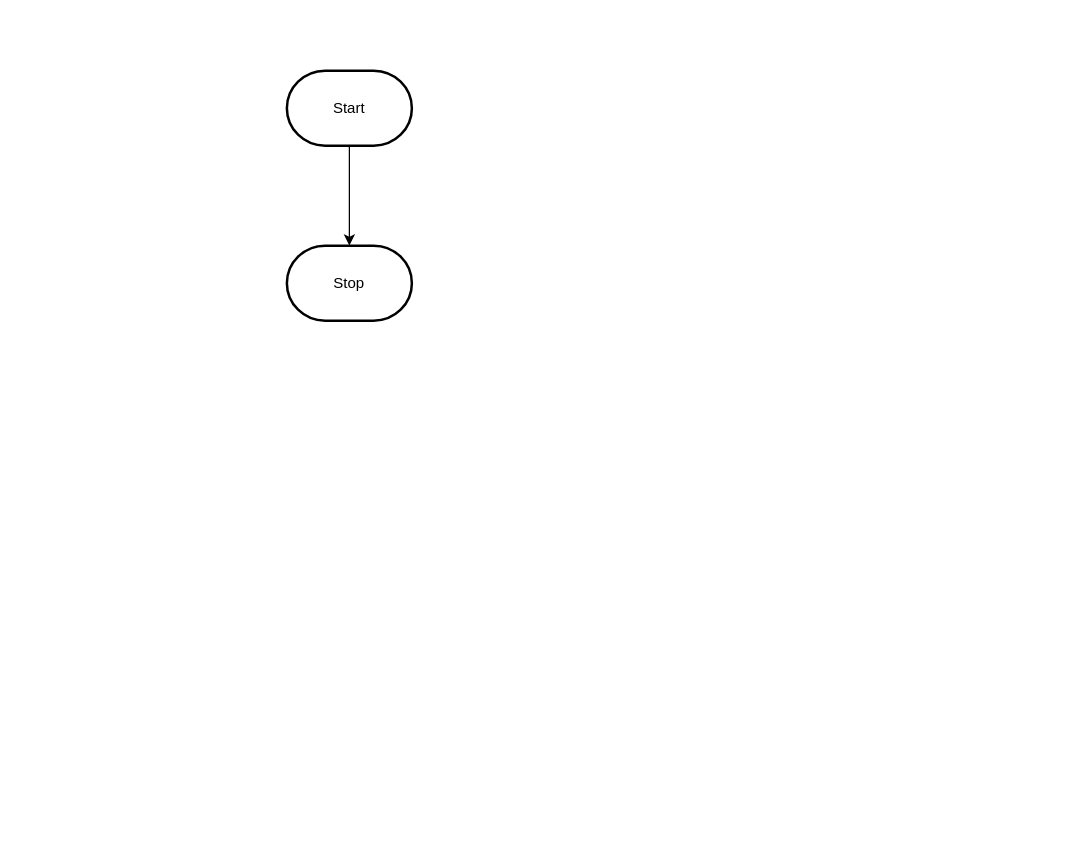
The draw.io diagram design/flowchart.drawio in MTHS-TEJ2O-1-2023/TEJ2O-Unit-2-14-angelo-yalung, before the edit. Source tidied: cells renumbered, new cells numbered last; positions are measured from the earlier drawing's top-left corner, leaving out a move shared by most shapes. Both pictures are drawn from the tidied source at 125%, with x=0, y=0 at pixel (286, 70).
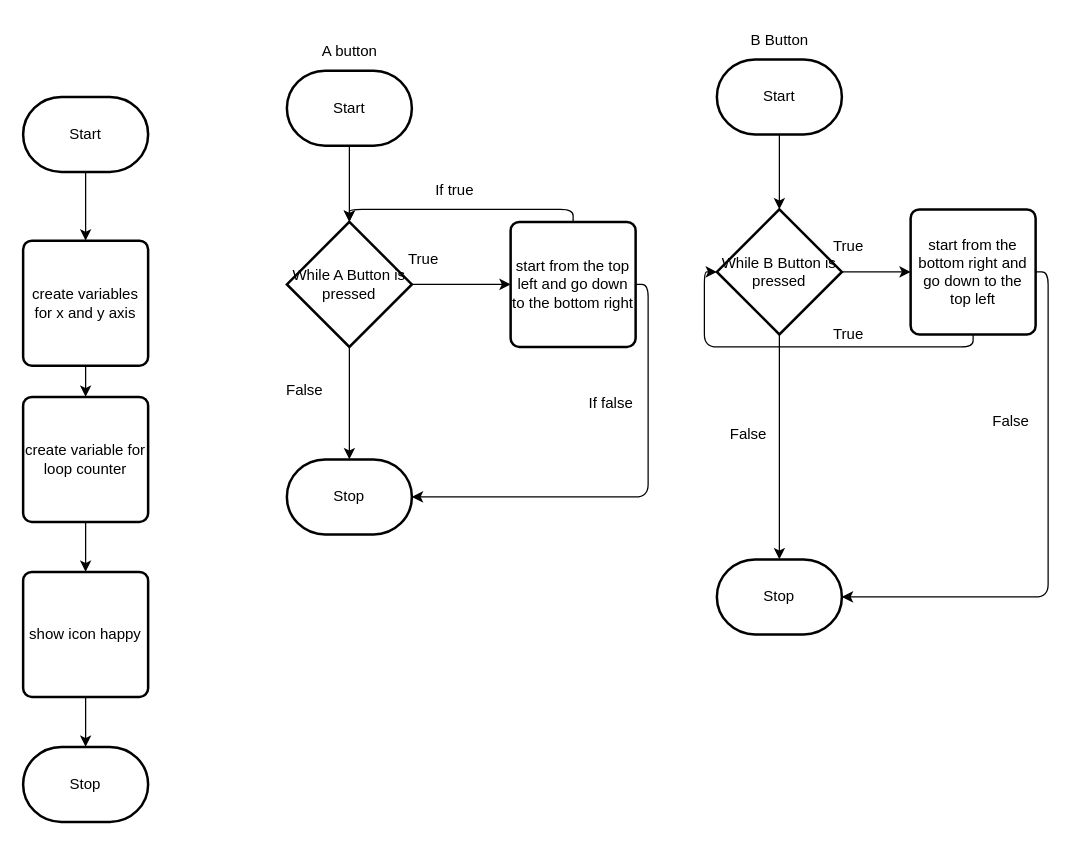
The same diagram, later.

Unchanged cells that the change refers to:
```xml
<mxCell id="3" value="Start" style="strokeWidth=2;html=1;shape=mxgraph.flowchart.terminator;whiteSpace=wrap;" parent="1" vertex="1">
  <mxGeometry width="100" height="60" as="geometry" />
</mxCell>
```

What changed in the source:
```diff
@@
-    <mxCell id="2" style="edgeStyle=orthogonalEdgeStyle;html=1;rounded=0;" parent="1" edge="1" source="3" target="4">
-      <mxGeometry relative="1" as="geometry" />
-    </mxCell>
+    <mxCell id="5" style="edgeStyle=none;html=1;exitX=0.5;exitY=1;exitDx=0;exitDy=0;exitPerimeter=0;entryX=0.5;entryY=0;entryDx=0;entryDy=0;entryPerimeter=0;" parent="1" edge="1" source="3" target="11">
+      <mxGeometry relative="1" as="geometry" />
+    </mxCell>
@@
     <mxCell id="4" value="Stop" style="strokeWidth=2;html=1;shape=mxgraph.flowchart.terminator;whiteSpace=wrap;" parent="1" vertex="1">
-      <mxGeometry y="140" width="100" height="60" as="geometry" />
+      <mxGeometry y="311" width="100" height="60" as="geometry" />
     </mxCell>
+    <mxCell id="6" style="edgeStyle=none;html=1;exitX=0.5;exitY=1;exitDx=0;exitDy=0;exitPerimeter=0;" parent="1" edge="1" source="7" target="16">
+      <mxGeometry relative="1" as="geometry" />
+    </mxCell>
+    <mxCell id="7" value="Start" style="strokeWidth=2;html=1;shape=mxgraph.flowchart.terminator;whiteSpace=wrap;" parent="1" vertex="1">
+      <mxGeometry x="344" y="-9" width="100" height="60" as="geometry" />
+    </mxCell>
+    <mxCell id="8" value="Stop" style="strokeWidth=2;html=1;shape=mxgraph.flowchart.terminator;whiteSpace=wrap;" parent="1" vertex="1">
+      <mxGeometry x="344" y="391" width="100" height="60" as="geometry" />
+    </mxCell>
+    <mxCell id="9" style="edgeStyle=none;html=1;exitX=1;exitY=0.5;exitDx=0;exitDy=0;exitPerimeter=0;entryX=0;entryY=0.5;entryDx=0;entryDy=0;" parent="1" edge="1" source="11" target="20">
+      <mxGeometry relative="1" as="geometry" />
+    </mxCell>
+    <mxCell id="10" style="edgeStyle=orthogonalEdgeStyle;html=1;exitX=0.5;exitY=1;exitDx=0;exitDy=0;exitPerimeter=0;entryX=0.5;entryY=0;entryDx=0;entryDy=0;entryPerimeter=0;" parent="1" edge="1" source="11" target="4">
+      <mxGeometry relative="1" as="geometry" />
+    </mxCell>
+    <mxCell id="11" value="While A Button is pressed" style="strokeWidth=2;html=1;shape=mxgraph.flowchart.decision;whiteSpace=wrap;" parent="1" vertex="1">
+      <mxGeometry y="121" width="100" height="100" as="geometry" />
+    </mxCell>
+    <mxCell id="12" value="A button" style="text;html=1;align=center;verticalAlign=middle;strokeColor=none;fillColor=none;" parent="1" vertex="1">
+      <mxGeometry x="15" y="-30" width="70" height="30" as="geometry" />
+    </mxCell>
+    <mxCell id="13" value="B Button" style="text;html=1;align=center;verticalAlign=middle;strokeColor=none;fillColor=none;" parent="1" vertex="1">
+      <mxGeometry x="359" y="-39" width="70" height="30" as="geometry" />
+    </mxCell>
+    <mxCell id="14" style="edgeStyle=orthogonalEdgeStyle;html=1;exitX=1;exitY=0.5;exitDx=0;exitDy=0;exitPerimeter=0;entryX=0;entryY=0.5;entryDx=0;entryDy=0;" parent="1" edge="1" source="16" target="26">
+      <mxGeometry relative="1" as="geometry" />
+    </mxCell>
+    <mxCell id="15" style="edgeStyle=orthogonalEdgeStyle;html=1;exitX=0.5;exitY=1;exitDx=0;exitDy=0;exitPerimeter=0;entryX=0.5;entryY=0;entryDx=0;entryDy=0;entryPerimeter=0;" parent="1" edge="1" source="16" target="8">
+      <mxGeometry relative="1" as="geometry" />
+    </mxCell>
+    <mxCell id="16" value="While B Button is pressed" style="strokeWidth=2;html=1;shape=mxgraph.flowchart.decision;whiteSpace=wrap;" parent="1" vertex="1">
+      <mxGeometry x="344" y="111" width="100" height="100" as="geometry" />
+    </mxCell>
+    <mxCell id="17" value="False" style="text;html=1;align=center;verticalAlign=middle;strokeColor=none;fillColor=none;" parent="1" vertex="1">
+      <mxGeometry x="-11" y="241" width="50" height="30" as="geometry" />
+    </mxCell>
+    <mxCell id="18" style="edgeStyle=orthogonalEdgeStyle;html=1;exitX=1;exitY=0.5;exitDx=0;exitDy=0;entryX=1;entryY=0.5;entryDx=0;entryDy=0;entryPerimeter=0;" parent="1" edge="1" source="20" target="4">
+      <mxGeometry relative="1" as="geometry" />
+    </mxCell>
+    <mxCell id="19" style="edgeStyle=orthogonalEdgeStyle;html=1;exitX=0.5;exitY=0;exitDx=0;exitDy=0;entryX=0.5;entryY=0;entryDx=0;entryDy=0;entryPerimeter=0;" parent="1" edge="1" source="20" target="11">
+      <mxGeometry relative="1" as="geometry" />
+    </mxCell>
+    <mxCell id="20" value="start from the top left and go down to the bottom right" style="rounded=1;whiteSpace=wrap;html=1;absoluteArcSize=1;arcSize=14;strokeWidth=2;" parent="1" vertex="1">
+      <mxGeometry x="179" y="121" width="100" height="100" as="geometry" />
+    </mxCell>
+    <mxCell id="21" value="True" style="text;html=1;align=center;verticalAlign=middle;strokeColor=none;fillColor=none;" parent="1" vertex="1">
+      <mxGeometry x="84" y="136" width="50" height="30" as="geometry" />
+    </mxCell>
+    <mxCell id="22" value="If false" style="text;html=1;align=center;verticalAlign=middle;strokeColor=none;fillColor=none;" parent="1" vertex="1">
+      <mxGeometry x="229" y="251" width="60" height="30" as="geometry" />
+    </mxCell>
+    <mxCell id="23" value="If true" style="text;html=1;align=center;verticalAlign=middle;strokeColor=none;fillColor=none;" parent="1" vertex="1">
+      <mxGeometry x="109" y="81" width="50" height="30" as="geometry" />
+    </mxCell>
+    <mxCell id="24" style="edgeStyle=orthogonalEdgeStyle;html=1;exitX=0.5;exitY=1;exitDx=0;exitDy=0;entryX=0;entryY=0.5;entryDx=0;entryDy=0;entryPerimeter=0;" parent="1" edge="1" source="26" target="16">
+      <mxGeometry relative="1" as="geometry">
+        <Array as="points">
+          <mxPoint x="549" y="221" />
+          <mxPoint x="334" y="221" />
+          <mxPoint x="334" y="161" />
+        </Array>
+      </mxGeometry>
+    </mxCell>
+    <mxCell id="25" style="edgeStyle=orthogonalEdgeStyle;html=1;exitX=1;exitY=0.5;exitDx=0;exitDy=0;entryX=1;entryY=0.5;entryDx=0;entryDy=0;entryPerimeter=0;" parent="1" edge="1" source="26" target="8">
+      <mxGeometry relative="1" as="geometry" />
+    </mxCell>
+    <mxCell id="26" value="start from the bottom right and go down to the top left" style="rounded=1;whiteSpace=wrap;html=1;absoluteArcSize=1;arcSize=14;strokeWidth=2;" parent="1" vertex="1">
+      <mxGeometry x="499" y="111" width="100" height="100" as="geometry" />
+    </mxCell>
+    <mxCell id="27" style="edgeStyle=orthogonalEdgeStyle;html=1;exitX=0.5;exitY=1;exitDx=0;exitDy=0;exitPerimeter=0;entryX=0.5;entryY=0;entryDx=0;entryDy=0;" parent="1" edge="1" source="28" target="31">
+      <mxGeometry relative="1" as="geometry" />
+    </mxCell>
+    <mxCell id="28" value="Start" style="strokeWidth=2;html=1;shape=mxgraph.flowchart.terminator;whiteSpace=wrap;" parent="1" vertex="1">
+      <mxGeometry x="-211" y="21" width="100" height="60" as="geometry" />
+    </mxCell>
+    <mxCell id="29" value="Stop" style="strokeWidth=2;html=1;shape=mxgraph.flowchart.terminator;whiteSpace=wrap;" parent="1" vertex="1">
+      <mxGeometry x="-211" y="541" width="100" height="60" as="geometry" />
+    </mxCell>
+    <mxCell id="30" style="edgeStyle=orthogonalEdgeStyle;html=1;exitX=0.5;exitY=1;exitDx=0;exitDy=0;entryX=0.5;entryY=0;entryDx=0;entryDy=0;" parent="1" edge="1" source="31" target="33">
+      <mxGeometry relative="1" as="geometry" />
+    </mxCell>
+    <mxCell id="31" value="create variables for x and y axis" style="rounded=1;whiteSpace=wrap;html=1;absoluteArcSize=1;arcSize=14;strokeWidth=2;" parent="1" vertex="1">
+      <mxGeometry x="-211" y="136" width="100" height="100" as="geometry" />
+    </mxCell>
+    <mxCell id="32" style="edgeStyle=orthogonalEdgeStyle;html=1;exitX=0.5;exitY=1;exitDx=0;exitDy=0;entryX=0.5;entryY=0;entryDx=0;entryDy=0;" parent="1" edge="1" source="33" target="35">
+      <mxGeometry relative="1" as="geometry" />
+    </mxCell>
+    <mxCell id="33" value="create variable for loop counter&lt;br&gt;" style="rounded=1;whiteSpace=wrap;html=1;absoluteArcSize=1;arcSize=14;strokeWidth=2;" parent="1" vertex="1">
+      <mxGeometry x="-211" y="261" width="100" height="100" as="geometry" />
+    </mxCell>
+    <mxCell id="34" style="edgeStyle=orthogonalEdgeStyle;html=1;exitX=0.5;exitY=1;exitDx=0;exitDy=0;entryX=0.5;entryY=0;entryDx=0;entryDy=0;entryPerimeter=0;" parent="1" edge="1" source="35" target="29">
+      <mxGeometry relative="1" as="geometry" />
+    </mxCell>
+    <mxCell id="35" value="show icon happy" style="rounded=1;whiteSpace=wrap;html=1;absoluteArcSize=1;arcSize=14;strokeWidth=2;" parent="1" vertex="1">
+      <mxGeometry x="-211" y="401" width="100" height="100" as="geometry" />
+    </mxCell>
+    <mxCell id="36" value="True" style="text;html=1;align=center;verticalAlign=middle;strokeColor=none;fillColor=none;" parent="1" vertex="1">
+      <mxGeometry x="424" y="196" width="50" height="30" as="geometry" />
+    </mxCell>
+    <mxCell id="37" value="False" style="text;html=1;align=center;verticalAlign=middle;strokeColor=none;fillColor=none;" parent="1" vertex="1">
+      <mxGeometry x="554" y="266" width="50" height="30" as="geometry" />
+    </mxCell>
+    <mxCell id="38" value="True" style="text;html=1;align=center;verticalAlign=middle;strokeColor=none;fillColor=none;" parent="1" vertex="1">
+      <mxGeometry x="424" y="126" width="50" height="30" as="geometry" />
+    </mxCell>
+    <mxCell id="39" value="False" style="text;html=1;align=center;verticalAlign=middle;strokeColor=none;fillColor=none;" parent="1" vertex="1">
+      <mxGeometry x="344" y="276" width="50" height="30" as="geometry" />
+    </mxCell>
```
